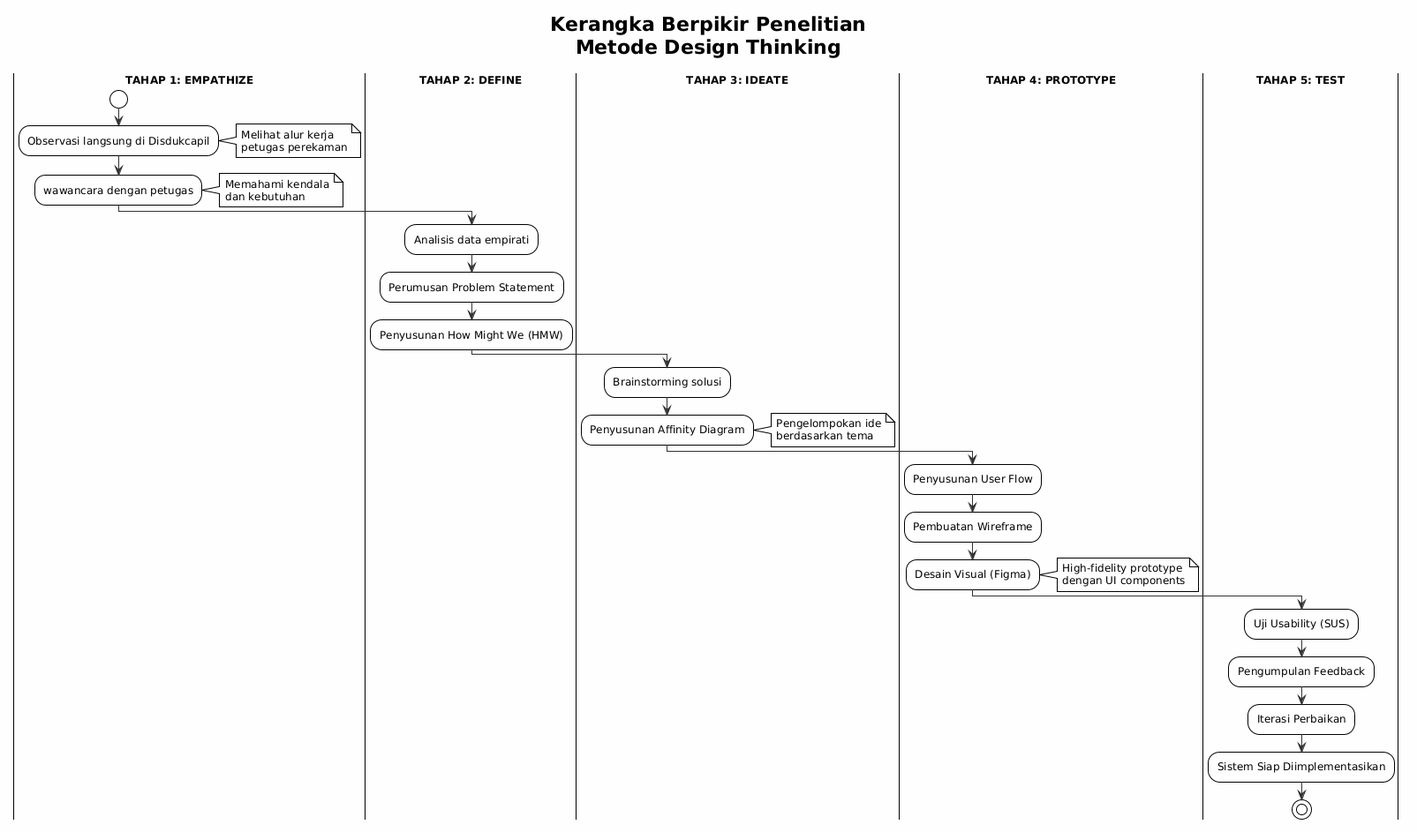
The PlantUML diagram images/kerangka_berpikir.png in avvy-lavoienne/skripsi, before a commit.
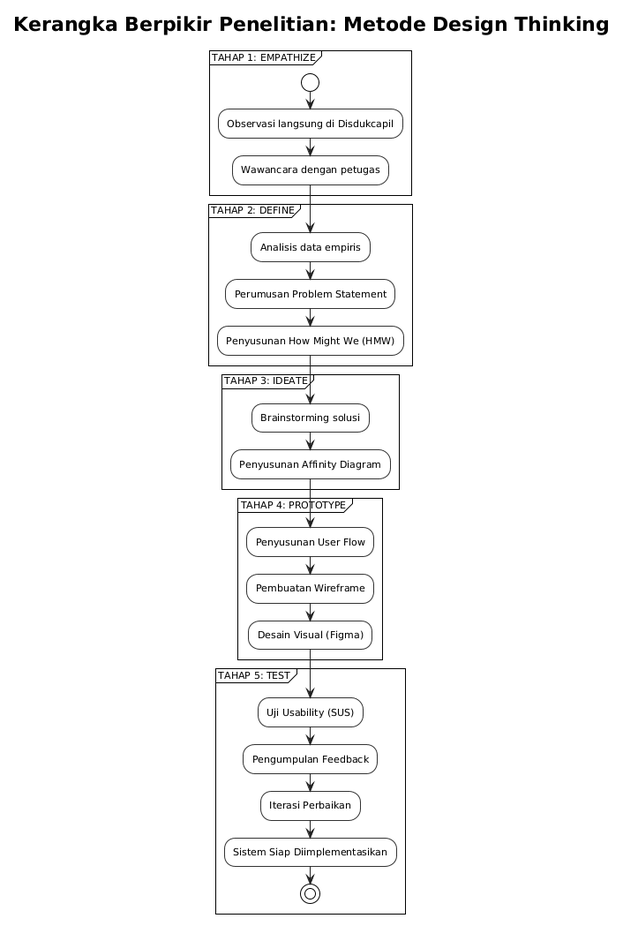
The same diagram one commit later.

What changed in the source:
```diff
@@ -1,53 +1,48 @@
 @startuml
 !theme plain
-skinparam backgroundColor #FEFEFE
+!pragma layout elk
+
+skinparam backgroundColor #FFFFFF
 skinparam defaultFontName "Arial"
-skinparam defaultFontSize 12
-skinparam arrowColor #333333
-skinparam borderColor #333333
+skinparam defaultFontSize 11
+skinparam arrowColor #222222
+skinparam borderColor #444444
+skinparam activity {
+  BackgroundColor #F9F9F9
+  BorderColor #333333
+  RoundCorner 15
+}
 
-title **Kerangka Berpikir Penelitian**\nMetode Design Thinking
+title **Kerangka Berpikir Penelitian: Metode Design Thinking**
 
-| **TAHAP 1: EMPATHIZE** |
-start
-:Observasi langsung di Disdukcapil;
-note right
-  Melihat alur kerja
-  petugas perekaman
-end note
-:wawancara dengan petugas;
-note right
-  Memahami kendala
-  dan kebutuhan
-end note
+partition "TAHAP 1: EMPATHIZE" {
+  start
+  :Observasi langsung di Disdukcapil;
+  :Wawancara dengan petugas;
+}
 
-| **TAHAP 2: DEFINE** |
-:Analisis data empirati;
-:Perumusan Problem Statement;
-:Penyusunan How Might We (HMW);
+partition "TAHAP 2: DEFINE" {
+  :Analisis data empiris;
+  :Perumusan Problem Statement;
+  :Penyusunan How Might We (HMW);
+}
 
-| **TAHAP 3: IDEATE** |
-:Brainstorming solusi;
-:Penyusunan Affinity Diagram;
-note right
-  Pengelompokan ide
-  berdasarkan tema
-end note
+partition "TAHAP 3: IDEATE" {
+  :Brainstorming solusi;
+  :Penyusunan Affinity Diagram;
+}
 
-| **TAHAP 4: PROTOTYPE** |
-:Penyusunan User Flow;
-:Pembuatan Wireframe;
-:Desain Visual (Figma);
-note right
-  High-fidelity prototype
-  dengan UI components
-end note
+partition "TAHAP 4: PROTOTYPE" {
+  :Penyusunan User Flow;
+  :Pembuatan Wireframe;
+  :Desain Visual (Figma);
+}
 
-| **TAHAP 5: TEST** |
-:Uji Usability (SUS);
-:Pengumpulan Feedback;
-:Iterasi Perbaikan;
-
-:Sistem Siap Diimplementasikan;
-stop
+partition "TAHAP 5: TEST" {
+  :Uji Usability (SUS);
+  :Pengumpulan Feedback;
+  :Iterasi Perbaikan;
+  :Sistem Siap Diimplementasikan;
+  stop
+}
 @enduml
```
